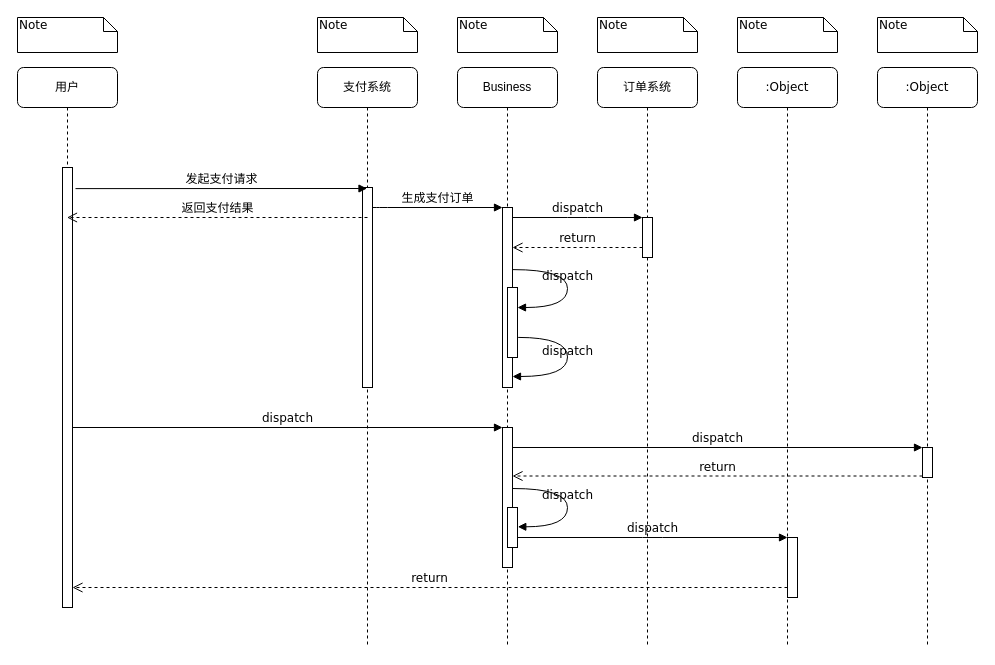
This is 组件时序图.drawio from wdnb/UML, a draw.io file, before an edit. Source tidied: cells renumbered, new cells numbered last; positions are measured from the earlier drawing's top-left corner, leaving out a move shared by most shapes. Both pictures are drawn from the tidied source at 100%, with x=0, y=0 at pixel (17, 17).
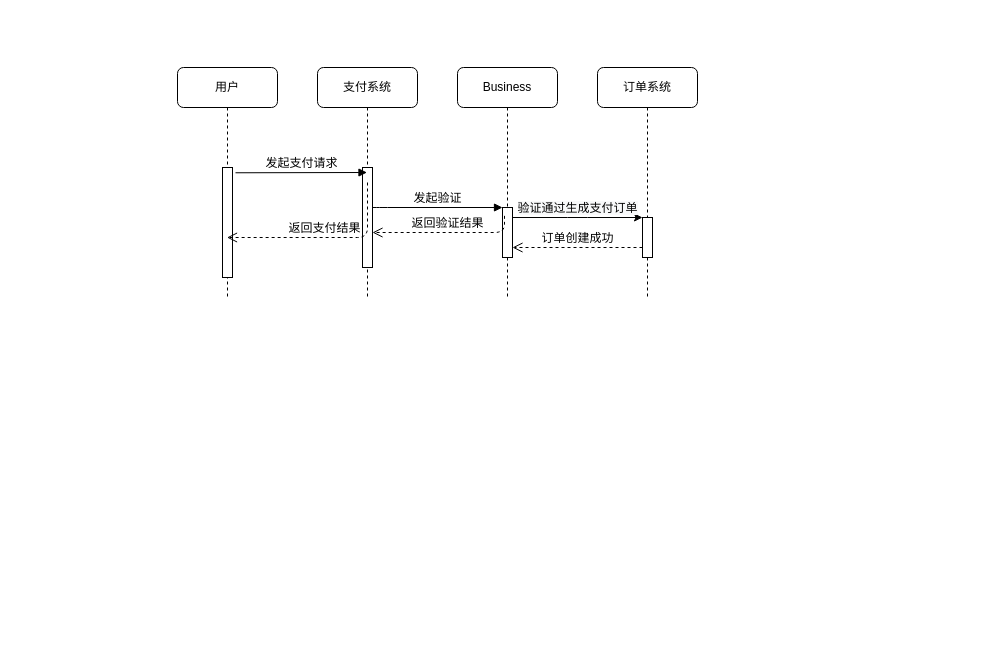
Above is the later version.

Commit message (it also covers changes not shown here):
更新组件时序图.drawio

The change refers to these unchanged cells:
```xml
<mxCell id="12" style="html=1;points=[];perimeter=orthogonalPerimeter;rounded=0;shadow=0;comic=0;labelBackgroundColor=none;strokeWidth=1;fontFamily=Verdana;fontSize=12;align=center;" parent="1" vertex="1">
  <mxGeometry x="625" y="200" width="10" height="40" as="geometry" />
</mxCell>
```

What changed in the source:
```diff
@@
     <mxCell id="2" value="支付系统" style="shape=umlLifeline;perimeter=lifelinePerimeter;whiteSpace=wrap;html=1;outlineConnect=0;rounded=1;shadow=0;comic=0;labelBackgroundColor=none;strokeWidth=1;fontFamily=Verdana;fontSize=12;align=center;" parent="1" vertex="1">
-      <mxGeometry x="300" y="50" width="100" height="580" as="geometry" />
+      <mxGeometry x="300" y="50" width="100" height="230" as="geometry" />
     </mxCell>
     <mxCell id="3" style="html=1;points=[];perimeter=orthogonalPerimeter;rounded=0;shadow=0;comic=0;labelBackgroundColor=none;strokeWidth=1;fontFamily=Verdana;fontSize=12;align=center;" parent="2" vertex="1">
-      <mxGeometry x="45" y="120" width="10" height="200" as="geometry" />
+      <mxGeometry x="45" y="100" width="10" height="100" as="geometry" />
     </mxCell>
     <mxCell id="4" value="&lt;span style=&quot;font-family: &amp;#34;helvetica&amp;#34;&quot;&gt;Business&lt;/span&gt;" style="shape=umlLifeline;perimeter=lifelinePerimeter;whiteSpace=wrap;html=1;rounded=1;shadow=0;comic=0;labelBackgroundColor=none;strokeWidth=1;fontFamily=Verdana;fontSize=12;align=center;" parent="1" vertex="1">
-      <mxGeometry x="440" y="50" width="100" height="580" as="geometry" />
+      <mxGeometry x="440" y="50" width="100" height="230" as="geometry" />
     </mxCell>
     <mxCell id="5" value="订单系统" style="shape=umlLifeline;perimeter=lifelinePerimeter;whiteSpace=wrap;html=1;rounded=1;shadow=0;comic=0;labelBackgroundColor=none;strokeWidth=1;fontFamily=Verdana;fontSize=12;align=center;" parent="1" vertex="1">
-      <mxGeometry x="580" y="50" width="100" height="580" as="geometry" />
+      <mxGeometry x="580" y="50" width="100" height="230" as="geometry" />
     </mxCell>
-    <mxCell id="6" value=":Object" style="shape=umlLifeline;perimeter=lifelinePerimeter;whiteSpace=wrap;html=1;rounded=1;shadow=0;comic=0;labelBackgroundColor=none;strokeWidth=1;fontFamily=Verdana;fontSize=12;align=center;" parent="1" vertex="1">
-      <mxGeometry x="720" y="50" width="100" height="580" as="geometry" />
-    </mxCell>
-    <mxCell id="7" value=":Object" style="shape=umlLifeline;perimeter=lifelinePerimeter;whiteSpace=wrap;html=1;rounded=1;shadow=0;comic=0;labelBackgroundColor=none;strokeWidth=1;fontFamily=Verdana;fontSize=12;align=center;" parent="1" vertex="1">
-      <mxGeometry x="860" y="50" width="100" height="580" as="geometry" />
-    </mxCell>
     <mxCell id="8" value="用户" style="shape=umlLifeline;perimeter=lifelinePerimeter;whiteSpace=wrap;html=1;outlineConnect=0;rounded=1;shadow=0;comic=0;labelBackgroundColor=none;strokeWidth=1;fontFamily=Verdana;fontSize=12;align=center;" parent="1" vertex="1">
-      <mxGeometry y="50" width="100" height="540" as="geometry" />
+      <mxGeometry x="160" y="50" width="100" height="230" as="geometry" />
     </mxCell>
     <mxCell id="9" style="html=1;points=[];perimeter=orthogonalPerimeter;rounded=0;shadow=0;comic=0;labelBackgroundColor=none;strokeWidth=1;fontFamily=Verdana;fontSize=12;align=center;" parent="8" vertex="1">
-      <mxGeometry x="45" y="100" width="10" height="440" as="geometry" />
+      <mxGeometry x="45" y="100" width="10" height="110" as="geometry" />
     </mxCell>
     <mxCell id="10" style="html=1;points=[];perimeter=orthogonalPerimeter;rounded=0;shadow=0;comic=0;labelBackgroundColor=none;strokeWidth=1;fontFamily=Verdana;fontSize=12;align=center;" parent="1" vertex="1">
-      <mxGeometry x="485" y="190" width="10" height="180" as="geometry" />
+      <mxGeometry x="485" y="190" width="10" height="50" as="geometry" />
     </mxCell>
-    <mxCell id="11" value="生成支付订单" style="html=1;verticalAlign=bottom;endArrow=block;labelBackgroundColor=none;fontFamily=Verdana;fontSize=12;edgeStyle=elbowEdgeStyle;elbow=vertical;" parent="1" edge="1" source="3" target="10">
+    <mxCell id="11" value="发起验证" style="html=1;verticalAlign=bottom;endArrow=block;labelBackgroundColor=none;fontFamily=Verdana;fontSize=12;edgeStyle=elbowEdgeStyle;elbow=vertical;" parent="1" edge="1" source="3" target="10">
       <mxGeometry relative="1" as="geometry">
         <Array as="points">
           <mxPoint x="360" y="190" />
         </Array>
       </mxGeometry>
     </mxCell>
@@
-    <mxCell id="13" value="dispatch" style="html=1;verticalAlign=bottom;endArrow=block;entryX=0;entryY=0;labelBackgroundColor=none;fontFamily=Verdana;fontSize=12;edgeStyle=elbowEdgeStyle;elbow=vertical;" parent="1" edge="1" source="10" target="12">
+    <mxCell id="13" value="&lt;span style=&quot;color: rgb(0 , 0 , 0) ; font-family: &amp;#34;verdana&amp;#34; ; font-size: 12px ; font-style: normal ; font-weight: 400 ; letter-spacing: normal ; text-align: center ; text-indent: 0px ; text-transform: none ; word-spacing: 0px ; background-color: rgb(248 , 249 , 250) ; display: inline ; float: none&quot;&gt;验证通过生成支付订单&lt;/span&gt;&lt;br&gt;" style="html=1;verticalAlign=bottom;endArrow=classic;entryX=0;entryY=0;labelBackgroundColor=none;fontFamily=Verdana;fontSize=12;edgeStyle=elbowEdgeStyle;elbow=vertical;align=center;endFill=1;" parent="1" edge="1" source="10" target="12">
       <mxGeometry relative="1" as="geometry" />
     </mxCell>
-    <mxCell id="14" value="return" style="html=1;verticalAlign=bottom;endArrow=open;dashed=1;endSize=8;labelBackgroundColor=none;fontFamily=Verdana;fontSize=12;edgeStyle=elbowEdgeStyle;elbow=vertical;" parent="1" edge="1" source="12" target="10">
+    <mxCell id="14" value="订单创建成功" style="html=1;verticalAlign=bottom;endArrow=open;dashed=1;endSize=8;labelBackgroundColor=none;fontFamily=Verdana;fontSize=12;edgeStyle=elbowEdgeStyle;elbow=vertical;" parent="1" edge="1" source="12" target="10">
       <mxGeometry relative="1" as="geometry">
         <Array as="points">
           <mxPoint x="570" y="230" />
           <mxPoint x="600" y="230" />
         </Array>
       </mxGeometry>
     </mxCell>
-    <mxCell id="15" style="html=1;points=[];perimeter=orthogonalPerimeter;rounded=0;shadow=0;comic=0;labelBackgroundColor=none;strokeWidth=1;fontFamily=Verdana;fontSize=12;align=center;" parent="1" vertex="1">
-      <mxGeometry x="485" y="410" width="10" height="140" as="geometry" />
-    </mxCell>
-    <mxCell id="16" value="dispatch" style="html=1;verticalAlign=bottom;endArrow=block;entryX=0;entryY=0;labelBackgroundColor=none;fontFamily=Verdana;fontSize=12;" parent="1" edge="1" source="9" target="15">
-      <mxGeometry relative="1" as="geometry" />
-    </mxCell>
-    <mxCell id="17" style="html=1;points=[];perimeter=orthogonalPerimeter;rounded=0;shadow=0;comic=0;labelBackgroundColor=none;strokeColor=#000000;strokeWidth=1;fillColor=#FFFFFF;fontFamily=Verdana;fontSize=12;fontColor=#000000;align=center;" parent="1" vertex="1">
-      <mxGeometry x="905" y="430" width="10" height="30" as="geometry" />
-    </mxCell>
-    <mxCell id="18" value="dispatch" style="html=1;verticalAlign=bottom;endArrow=block;entryX=0;entryY=0;labelBackgroundColor=none;fontFamily=Verdana;fontSize=12;" parent="1" edge="1" source="15" target="17">
-      <mxGeometry relative="1" as="geometry" />
-    </mxCell>
-    <mxCell id="19" value="return" style="html=1;verticalAlign=bottom;endArrow=open;dashed=1;endSize=8;exitX=0;exitY=0.95;labelBackgroundColor=none;fontFamily=Verdana;fontSize=12;" parent="1" edge="1" source="17" target="15">
-      <mxGeometry relative="1" as="geometry" />
-    </mxCell>
-    <mxCell id="20" style="html=1;points=[];perimeter=orthogonalPerimeter;rounded=0;shadow=0;comic=0;labelBackgroundColor=none;strokeWidth=1;fontFamily=Verdana;fontSize=12;align=center;" parent="1" vertex="1">
-      <mxGeometry x="770" y="520" width="10" height="60" as="geometry" />
-    </mxCell>
-    <mxCell id="21" value="dispatch" style="html=1;verticalAlign=bottom;endArrow=block;entryX=0;entryY=0;labelBackgroundColor=none;fontFamily=Verdana;fontSize=12;edgeStyle=elbowEdgeStyle;elbow=vertical;" parent="1" edge="1" source="26" target="20">
-      <mxGeometry relative="1" as="geometry" />
-    </mxCell>
-    <mxCell id="22" value="return" style="html=1;verticalAlign=bottom;endArrow=open;dashed=1;endSize=8;labelBackgroundColor=none;fontFamily=Verdana;fontSize=12;edgeStyle=elbowEdgeStyle;elbow=vertical;" parent="1" edge="1" source="20" target="9">
-      <mxGeometry relative="1" as="geometry">
-        <Array as="points">
-          <mxPoint x="470" y="570" />
-        </Array>
-      </mxGeometry>
-    </mxCell>
-    <mxCell id="23" style="html=1;points=[];perimeter=orthogonalPerimeter;rounded=0;shadow=0;comic=0;labelBackgroundColor=none;strokeWidth=1;fontFamily=Verdana;fontSize=12;align=center;" parent="1" vertex="1">
-      <mxGeometry x="490" y="270" width="10" height="70" as="geometry" />
-    </mxCell>
-    <mxCell id="24" value="dispatch" style="html=1;verticalAlign=bottom;endArrow=block;labelBackgroundColor=none;fontFamily=Verdana;fontSize=12;elbow=vertical;edgeStyle=orthogonalEdgeStyle;curved=1;entryX=1;entryY=0.286;entryPerimeter=0;exitX=1.038;exitY=0.345;exitPerimeter=0;" parent="1" edge="1" source="10" target="23">
-      <mxGeometry relative="1" as="geometry">
-        <Array as="points">
-          <mxPoint x="550" y="252" />
-          <mxPoint x="550" y="290" />
-        </Array>
-      </mxGeometry>
-    </mxCell>
-    <mxCell id="25" value="dispatch" style="html=1;verticalAlign=bottom;endArrow=block;labelBackgroundColor=none;fontFamily=Verdana;fontSize=12;elbow=vertical;edgeStyle=orthogonalEdgeStyle;curved=1;exitX=1.066;exitY=0.713;exitPerimeter=0;" parent="1" edge="1" source="23">
-      <mxGeometry relative="1" as="geometry">
-        <mxPoint x="495" y="359" as="targetPoint" />
-        <Array as="points">
-          <mxPoint x="550" y="320" />
-          <mxPoint x="550" y="359" />
-        </Array>
-      </mxGeometry>
-    </mxCell>
-    <mxCell id="26" style="html=1;points=[];perimeter=orthogonalPerimeter;rounded=0;shadow=0;comic=0;labelBackgroundColor=none;strokeWidth=1;fontFamily=Verdana;fontSize=12;align=center;" parent="1" vertex="1">
-      <mxGeometry x="490" y="490" width="10" height="40" as="geometry" />
-    </mxCell>
-    <mxCell id="27" value="dispatch" style="html=1;verticalAlign=bottom;endArrow=block;labelBackgroundColor=none;fontFamily=Verdana;fontSize=12;elbow=vertical;edgeStyle=orthogonalEdgeStyle;curved=1;entryX=1;entryY=0.286;entryPerimeter=0;exitX=1.038;exitY=0.345;exitPerimeter=0;" parent="1" edge="1">
-      <mxGeometry relative="1" as="geometry">
-        <mxPoint x="495.3" y="471" as="sourcePoint" />
-        <mxPoint x="500.3" y="509.3" as="targetPoint" />
-        <Array as="points">
-          <mxPoint x="550" y="471" />
-          <mxPoint x="550" y="509" />
-        </Array>
-      </mxGeometry>
-    </mxCell>
-    <mxCell id="28" value="Note" style="shape=note;whiteSpace=wrap;html=1;size=14;verticalAlign=top;align=left;spacingTop=-6;rounded=0;shadow=0;comic=0;labelBackgroundColor=none;strokeWidth=1;fontFamily=Verdana;fontSize=12;" parent="1" vertex="1">
-      <mxGeometry width="100" height="35" as="geometry" />
-    </mxCell>
-    <mxCell id="29" value="Note" style="shape=note;whiteSpace=wrap;html=1;size=14;verticalAlign=top;align=left;spacingTop=-6;rounded=0;shadow=0;comic=0;labelBackgroundColor=none;strokeWidth=1;fontFamily=Verdana;fontSize=12;" parent="1" vertex="1">
-      <mxGeometry x="300" width="100" height="35" as="geometry" />
-    </mxCell>
-    <mxCell id="30" value="Note" style="shape=note;whiteSpace=wrap;html=1;size=14;verticalAlign=top;align=left;spacingTop=-6;rounded=0;shadow=0;comic=0;labelBackgroundColor=none;strokeWidth=1;fontFamily=Verdana;fontSize=12;" parent="1" vertex="1">
-      <mxGeometry x="440" width="100" height="35" as="geometry" />
-    </mxCell>
-    <mxCell id="31" value="Note" style="shape=note;whiteSpace=wrap;html=1;size=14;verticalAlign=top;align=left;spacingTop=-6;rounded=0;shadow=0;comic=0;labelBackgroundColor=none;strokeWidth=1;fontFamily=Verdana;fontSize=12;" parent="1" vertex="1">
-      <mxGeometry x="580" width="100" height="35" as="geometry" />
-    </mxCell>
-    <mxCell id="32" value="Note" style="shape=note;whiteSpace=wrap;html=1;size=14;verticalAlign=top;align=left;spacingTop=-6;rounded=0;shadow=0;comic=0;labelBackgroundColor=none;strokeWidth=1;fontFamily=Verdana;fontSize=12;" parent="1" vertex="1">
-      <mxGeometry x="720" width="100" height="35" as="geometry" />
-    </mxCell>
-    <mxCell id="33" value="Note" style="shape=note;whiteSpace=wrap;html=1;size=14;verticalAlign=top;align=left;spacingTop=-6;rounded=0;shadow=0;comic=0;labelBackgroundColor=none;strokeWidth=1;fontFamily=Verdana;fontSize=12;" parent="1" vertex="1">
-      <mxGeometry x="860" width="100" height="35" as="geometry" />
-    </mxCell>
@@
     <mxCell id="35" value="返回支付结果" style="html=1;verticalAlign=bottom;endArrow=open;dashed=1;endSize=8;labelBackgroundColor=none;fontFamily=Verdana;fontSize=12;edgeStyle=elbowEdgeStyle;elbow=vertical;exitX=0.5;exitY=0.15;exitDx=0;exitDy=0;exitPerimeter=0;" parent="1" edge="1" source="3" target="8">
       <mxGeometry relative="1" as="geometry">
         <Array as="points">
+          <mxPoint x="260" y="220" />
+          <mxPoint x="230" y="240" />
           <mxPoint x="285" y="200" />
           <mxPoint x="315" y="200" />
         </Array>
       </mxGeometry>
     </mxCell>
+    <mxCell id="36" value="返回验证结果" style="html=1;verticalAlign=bottom;endArrow=open;dashed=1;endSize=8;labelBackgroundColor=none;fontFamily=Verdana;fontSize=12;edgeStyle=elbowEdgeStyle;elbow=vertical;exitX=0.2;exitY=0.167;exitDx=0;exitDy=0;exitPerimeter=0;" parent="1" edge="1" source="10" target="3">
+      <mxGeometry relative="1" as="geometry">
+        <Array as="points">
+          <mxPoint x="390" y="215" />
+          <mxPoint x="390" y="240" />
+          <mxPoint x="435" y="219.5" />
+          <mxPoint x="465" y="219.5" />
+        </Array>
+      </mxGeometry>
+    </mxCell>
```
